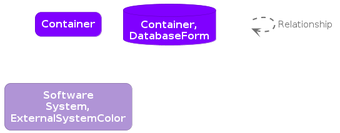
Before: architecture/diagrams/structurizr-Container-001-key.png, a diagram exported from PlantUML (neojelll/url-shortener).
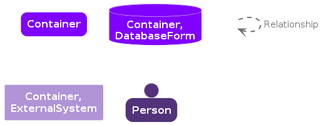
Later version of the same file.

Commit message:
chores(C4 diagrams): Update Structurizr diagrams

Change to the diagram source:
```diff
@@ -19,7 +19,7 @@
 skinparam rectangle<<1>> {
   BackgroundColor #8000ff
   FontColor #ffffff
-  BorderColor #5900b2
+  BorderColor #ffffff
   roundCorner 20
 }
 rectangle "==Container" <<1>>
@@ -27,20 +27,26 @@
 skinparam database<<2>> {
   BackgroundColor #8000ff
   FontColor #ffffff
-  BorderColor #5900b2
+  BorderColor #ffffff
 }
 database "==Container, DatabaseForm" <<2>>
 
 skinparam rectangle<<3>> {
   BackgroundColor #b094d6
   FontColor #ffffff
-  BorderColor #7b6795
-  roundCorner 20
+  BorderColor #ffffff
 }
-rectangle "==Software System, ExternalSystemColor" <<3>>
+rectangle "==Container, ExternalSystem" <<3>>
 
-rectangle "." <<_transparent>> as 4
-4 .[#707070,thickness=2].> 4 : "<color:#707070>Relationship"
+skinparam person<<4>> {
+  BackgroundColor #52327a
+  FontColor #ffffff
+  BorderColor #ffffff
+}
+person "==Person" <<4>>
+
+rectangle "." <<_transparent>> as 5
+5 .[#707070,thickness=2].> 5 : "<color:#707070>Relationship"
 
 
 @enduml
```
